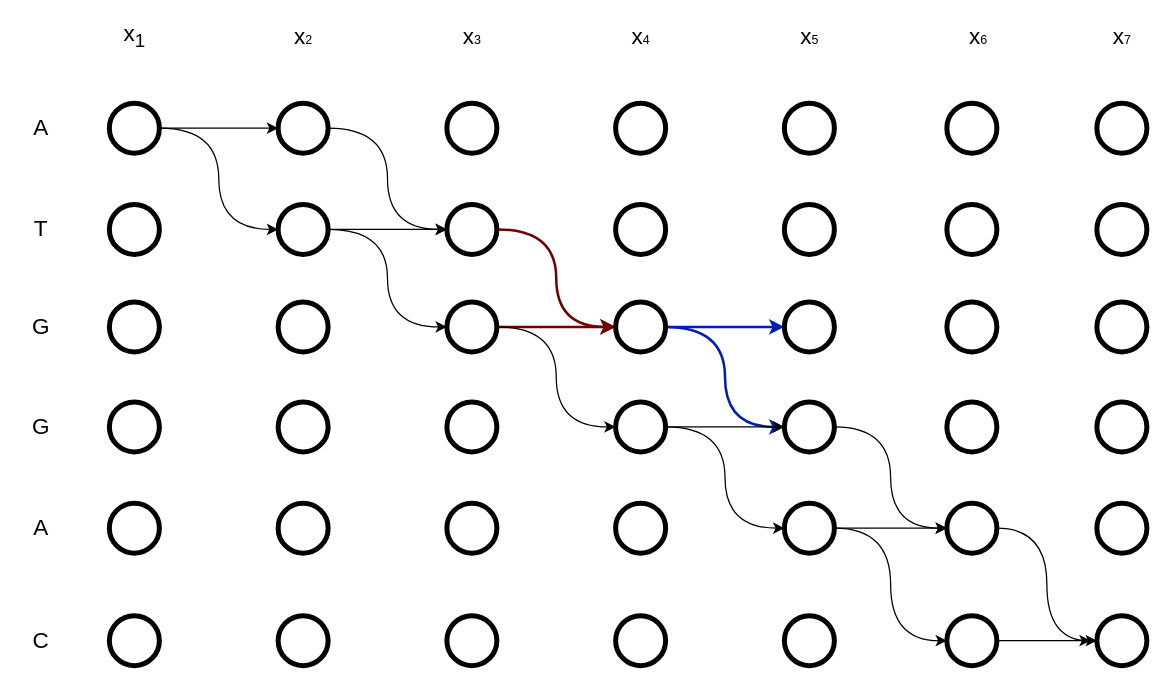
The draw.io diagram crf1.drawio in liehu232/model_NetWork, before the edit. Source tidied: cells renumbered, new cells numbered last; positions are measured from the earlier drawing's top-left corner, leaving out a move shared by most shapes. Both pictures are drawn from the tidied source at 125%, with x=0, y=0 at pixel (21, 24).
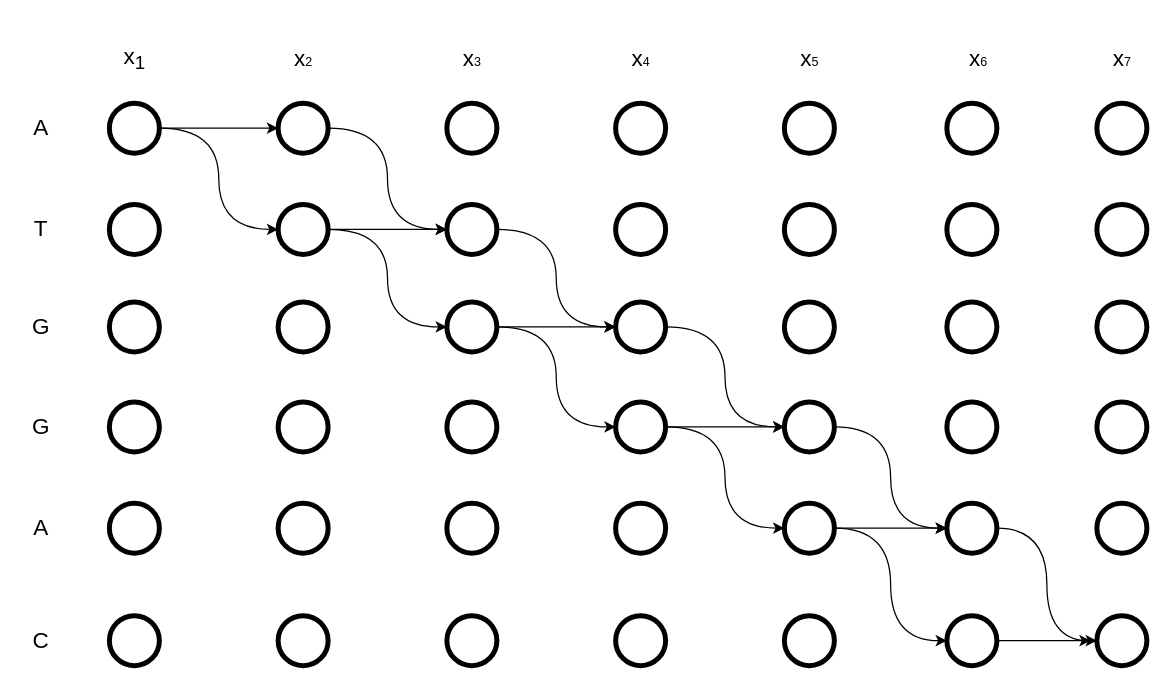
After the change.

Unchanged cells that the change refers to:
```xml
<mxCell id="19" style="ellipse;whiteSpace=wrap;html=1;strokeWidth=4;fillColor=none;fontColor=#666666;align=center;strokeColor=#000000;" parent="1" vertex="1">
  <mxGeometry x="340" y="144" width="40" height="40" as="geometry" />
</mxCell>
<mxCell id="22" style="ellipse;whiteSpace=wrap;html=1;strokeWidth=4;fillColor=none;fontColor=#666666;align=center;strokeColor=#000000;" parent="1" vertex="1">
  <mxGeometry x="340" y="222" width="40" height="40" as="geometry" />
</mxCell>
<mxCell id="29" style="ellipse;whiteSpace=wrap;html=1;strokeWidth=4;fillColor=none;fontColor=#666666;align=center;strokeColor=#000000;" parent="1" vertex="1">
  <mxGeometry x="475" y="222" width="40" height="40" as="geometry" />
</mxCell>
<mxCell id="36" style="ellipse;whiteSpace=wrap;html=1;strokeWidth=4;fillColor=none;fontColor=#666666;align=center;strokeColor=#000000;" parent="1" vertex="1">
  <mxGeometry x="610" y="222" width="40" height="40" as="geometry" />
</mxCell>
<mxCell id="41" style="ellipse;whiteSpace=wrap;html=1;strokeWidth=4;fillColor=none;fontColor=#666666;align=center;strokeColor=#000000;" parent="1" vertex="1">
  <mxGeometry x="610" y="302" width="40" height="40" as="geometry" />
</mxCell>
```

What changed in the source:
```diff
@@
-    <mxCell id="18" style="edgeStyle=orthogonalEdgeStyle;curved=1;html=1;exitX=1;exitY=0.5;exitDx=0;exitDy=0;entryX=0;entryY=0.5;entryDx=0;entryDy=0;fontSize=18;fontColor=#000000;strokeColor=#6F0000;fillColor=#a20025;strokeWidth=2;" parent="1" edge="1" source="19" target="29">
+    <mxCell id="18" style="edgeStyle=orthogonalEdgeStyle;curved=1;html=1;exitX=1;exitY=0.5;exitDx=0;exitDy=0;entryX=0;entryY=0.5;entryDx=0;entryDy=0;fontSize=18;fontColor=#000000;strokeColor=#000000;fillColor=#a20025;strokeWidth=1;" parent="1" edge="1" source="19" target="29">
       <mxGeometry relative="1" as="geometry" />
     </mxCell>
@@
-    <mxCell id="20" style="edgeStyle=none;html=1;exitX=1;exitY=0.5;exitDx=0;exitDy=0;entryX=0;entryY=0.5;entryDx=0;entryDy=0;fontSize=18;fontColor=#000000;strokeColor=#6F0000;fillColor=#a20025;strokeWidth=2;" parent="1" edge="1" source="22" target="29">
+    <mxCell id="20" style="edgeStyle=none;html=1;exitX=1;exitY=0.5;exitDx=0;exitDy=0;entryX=0;entryY=0.5;entryDx=0;entryDy=0;fontSize=18;fontColor=#000000;strokeColor=#000000;fillColor=#a20025;strokeWidth=1;" parent="1" edge="1" source="22" target="29">
       <mxGeometry relative="1" as="geometry" />
     </mxCell>
@@
-    <mxCell id="27" style="edgeStyle=orthogonalEdgeStyle;html=1;exitX=1;exitY=0.5;exitDx=0;exitDy=0;entryX=0;entryY=0.5;entryDx=0;entryDy=0;fontSize=18;fontColor=#000000;strokeColor=#001DBC;curved=1;fillColor=#0050ef;strokeWidth=2;" parent="1" edge="1" source="29" target="41">
+    <mxCell id="27" style="edgeStyle=orthogonalEdgeStyle;html=1;exitX=1;exitY=0.5;exitDx=0;exitDy=0;entryX=0;entryY=0.5;entryDx=0;entryDy=0;fontSize=18;fontColor=#000000;strokeColor=#000000;curved=1;fillColor=#0050ef;strokeWidth=1;" parent="1" edge="1" source="29" target="41">
       <mxGeometry relative="1" as="geometry" />
     </mxCell>
-    <mxCell id="28" style="edgeStyle=none;html=1;exitX=1;exitY=0.5;exitDx=0;exitDy=0;entryX=0;entryY=0.5;entryDx=0;entryDy=0;strokeColor=#001DBC;fillColor=#0050ef;strokeWidth=2;" parent="1" edge="1" source="29" target="36">
-      <mxGeometry relative="1" as="geometry" />
-    </mxCell>
@@
     <mxCell id="67" value="&lt;font style=&quot;font-size: 18px&quot;&gt;x&lt;sub&gt;1&lt;/sub&gt;&lt;/font&gt;" style="text;html=1;align=center;verticalAlign=middle;fillColor=none;strokeColor=none;rounded=0;fontColor=#000000;" parent="1" vertex="1">
-      <mxGeometry x="75" width="30" height="20" as="geometry" />
+      <mxGeometry x="75" y="18" width="30" height="20" as="geometry" />
     </mxCell>
     <mxCell id="68" value="&lt;span style=&quot;font-size: 18px&quot;&gt;x&lt;/span&gt;&lt;span style=&quot;font-size: 10px&quot;&gt;2&lt;/span&gt;" style="text;html=1;align=center;verticalAlign=middle;fillColor=none;strokeColor=none;rounded=0;fontColor=#000000;" parent="1" vertex="1">
-      <mxGeometry x="210" width="30" height="20" as="geometry" />
+      <mxGeometry x="210" y="18" width="30" height="20" as="geometry" />
     </mxCell>
     <mxCell id="69" value="&lt;span style=&quot;font-size: 18px&quot;&gt;x&lt;/span&gt;&lt;span style=&quot;font-size: 10px&quot;&gt;3&lt;/span&gt;" style="text;html=1;align=center;verticalAlign=middle;fillColor=none;strokeColor=none;rounded=0;fontColor=#000000;" parent="1" vertex="1">
-      <mxGeometry x="345" width="30" height="20" as="geometry" />
+      <mxGeometry x="345" y="18" width="30" height="20" as="geometry" />
     </mxCell>
     <mxCell id="70" value="&lt;span style=&quot;font-size: 18px&quot;&gt;x&lt;/span&gt;&lt;span style=&quot;font-size: 10px&quot;&gt;4&lt;/span&gt;" style="text;html=1;align=center;verticalAlign=middle;fillColor=none;strokeColor=none;rounded=0;fontColor=#000000;" parent="1" vertex="1">
-      <mxGeometry x="480" width="30" height="20" as="geometry" />
+      <mxGeometry x="480" y="18" width="30" height="20" as="geometry" />
     </mxCell>
     <mxCell id="71" value="&lt;span style=&quot;font-size: 18px&quot;&gt;x&lt;/span&gt;&lt;span style=&quot;font-size: 10px&quot;&gt;5&lt;/span&gt;" style="text;html=1;align=center;verticalAlign=middle;fillColor=none;strokeColor=none;rounded=0;fontColor=#000000;" parent="1" vertex="1">
-      <mxGeometry x="615" width="30" height="20" as="geometry" />
+      <mxGeometry x="615" y="18" width="30" height="20" as="geometry" />
     </mxCell>
     <mxCell id="72" value="&lt;span style=&quot;font-size: 18px&quot;&gt;x&lt;/span&gt;&lt;span style=&quot;font-size: 10px&quot;&gt;6&lt;/span&gt;" style="text;html=1;align=center;verticalAlign=middle;fillColor=none;strokeColor=none;rounded=0;fontColor=#000000;" parent="1" vertex="1">
-      <mxGeometry x="750" width="30" height="20" as="geometry" />
+      <mxGeometry x="750" y="18" width="30" height="20" as="geometry" />
     </mxCell>
     <mxCell id="73" value="&lt;span style=&quot;font-size: 18px&quot;&gt;x&lt;/span&gt;&lt;span style=&quot;font-size: 10px&quot;&gt;7&lt;/span&gt;" style="text;html=1;align=center;verticalAlign=middle;fillColor=none;strokeColor=none;rounded=0;fontColor=#000000;" parent="1" vertex="1">
-      <mxGeometry x="865" width="30" height="20" as="geometry" />
+      <mxGeometry x="865" y="18" width="30" height="20" as="geometry" />
     </mxCell>
```
